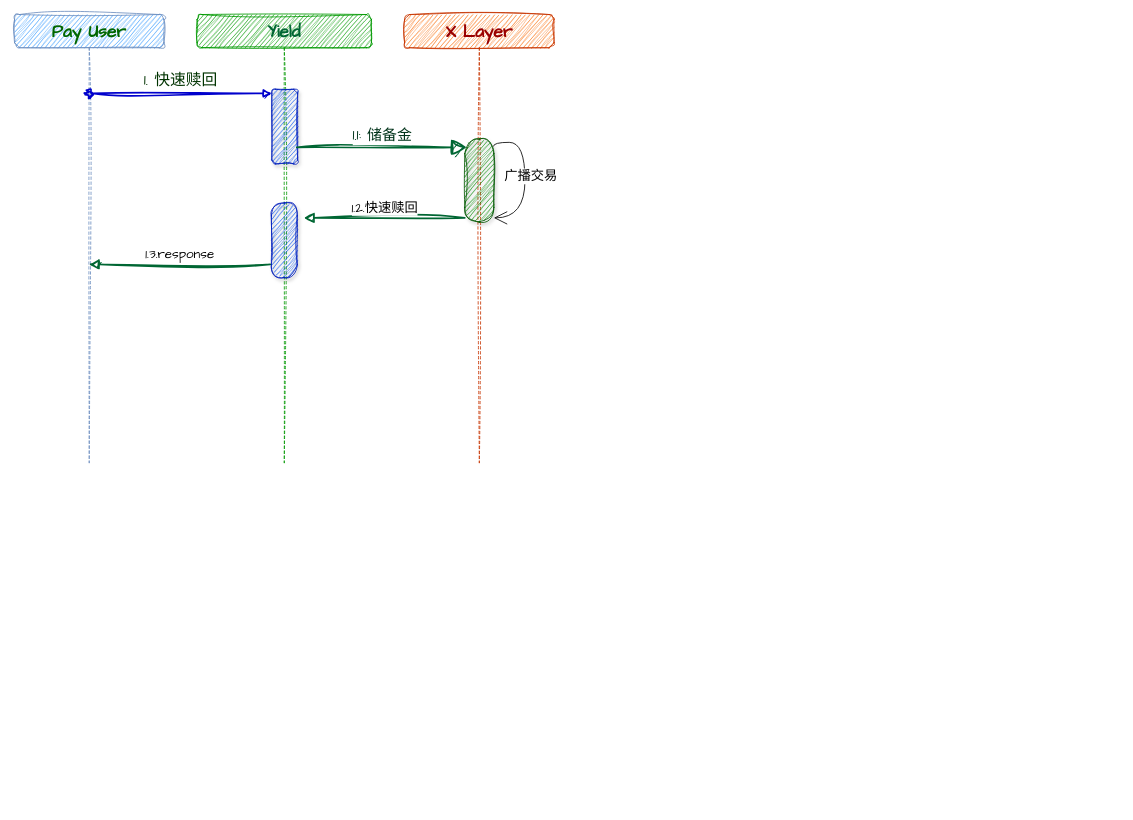
This is 自研vault-基本流程-延迟赎回.drawio from z7658329/my-utils, a draw.io file, before an edit. Source tidied: cells renumbered, new cells numbered last; positions are measured from the earlier drawing's top-left corner, leaving out a move shared by most shapes. Both pictures are drawn from the tidied source at 83%, with x=0, y=0 at pixel (14, 14).
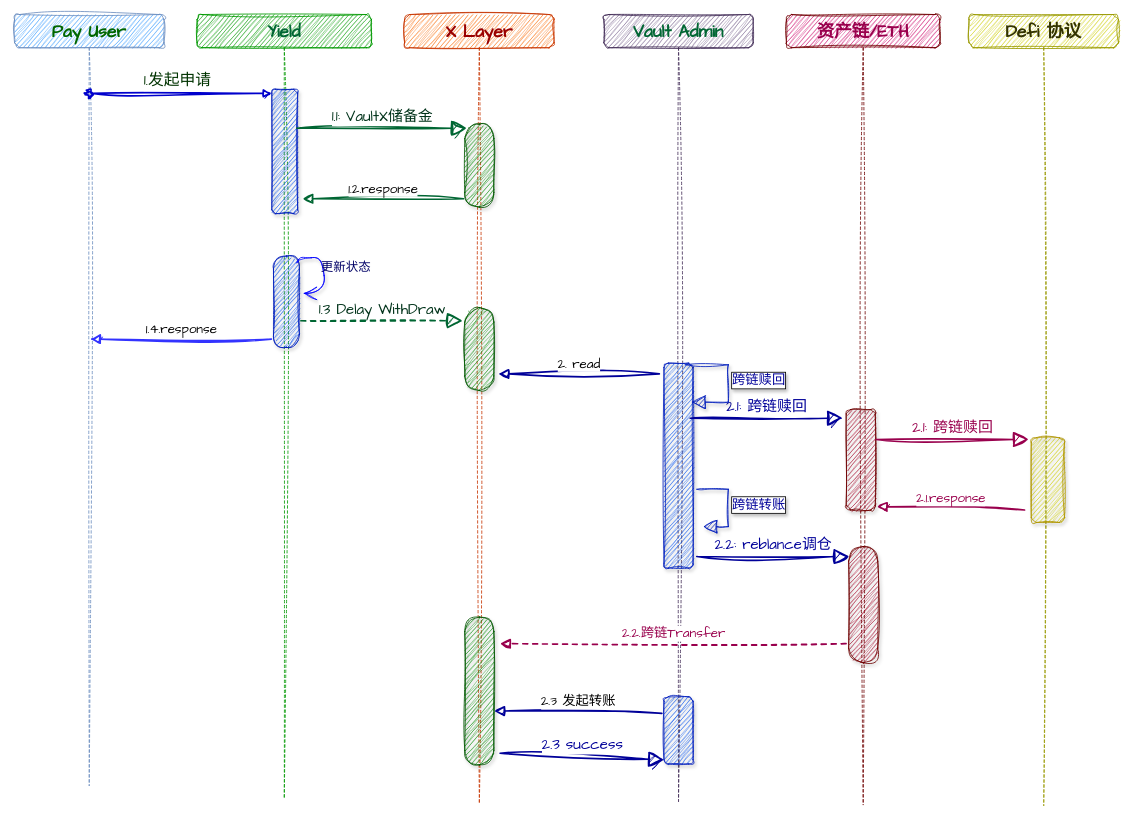
The same page after the edit.

Commit message:
更新自研vault-基本流程-延迟赎回.drawio

What changed in the source:
```diff
@@
     <mxCell id="2" value="&lt;font style=&quot;color: rgb(0, 102, 0);&quot;&gt;Pay User&lt;/font&gt;" style="shape=umlLifeline;perimeter=lifelinePerimeter;whiteSpace=wrap;html=1;outlineConnect=0;portConstraint=eastwest;newEdgeStyle={&quot;curved&quot;:0,&quot;rounded&quot;:0};fontFamily=Comic Sans MS;sketch=1;curveFitting=1;jiggle=2;rounded=1;fillColor=#3399FF;strokeColor=#6c8ebf;fontSize=21;fontStyle=1;" parent="1" vertex="1">
-      <mxGeometry width="180" height="540" as="geometry" />
+      <mxGeometry width="180" height="929" as="geometry" />
     </mxCell>
     <mxCell id="3" value="&lt;font style=&quot;color: rgb(0, 102, 51);&quot;&gt;Yield&lt;/font&gt;" style="shape=umlLifeline;perimeter=lifelinePerimeter;whiteSpace=wrap;html=1;newEdgeStyle={&quot;curved&quot;:0,&quot;rounded&quot;:0};fontFamily=Comic Sans MS;sketch=1;curveFitting=1;jiggle=2;rounded=1;fillColor=#009900;strokeColor=#009900;fontSize=21;fontStyle=1;" parent="1" vertex="1">
-      <mxGeometry x="220" width="210" height="540" as="geometry" />
+      <mxGeometry x="220" width="210" height="945" as="geometry" />
     </mxCell>
     <mxCell id="4" style="html=1;points=[[0,0,0,0,5],[0,1,0,0,-5],[1,0,0,0,5],[1,1,0,0,-5]];perimeter=orthogonalPerimeter;outlineConnect=0;targetShapes=umlLifeline;portConstraint=eastwest;newEdgeStyle={&quot;curved&quot;:0,&quot;rounded&quot;:0};fontFamily=Architects Daughter;fillColor=#0050ef;strokeColor=#001DBC;fontColor=#ffffff;sketch=1;curveFitting=1;jiggle=2;rounded=1;shadow=1;" parent="3" vertex="1">
-      <mxGeometry x="90" y="90" width="31.2" height="90" as="geometry" />
+      <mxGeometry x="90" y="90" width="31.2" height="150" as="geometry" />
     </mxCell>
     <mxCell id="5" style="html=1;points=[[0,0,0,0,5],[0,1,0,0,-5],[1,0,0,0,5],[1,1,0,0,-5]];perimeter=orthogonalPerimeter;outlineConnect=0;targetShapes=umlLifeline;portConstraint=eastwest;newEdgeStyle={&quot;curved&quot;:0,&quot;rounded&quot;:0};fontFamily=Architects Daughter;fillColor=#0050ef;strokeColor=#001DBC;fontColor=#ffffff;sketch=1;curveFitting=1;jiggle=2;rounded=1;shadow=1;arcSize=50;" parent="3" vertex="1">
-      <mxGeometry x="89.4" y="227" width="31.2" height="90" as="geometry" />
+      <mxGeometry x="92" y="291" width="31.2" height="110" as="geometry" />
     </mxCell>
-    <mxCell id="6" value="&lt;font style=&quot;font-size: 19px; color: rgb(0, 51, 0);&quot;&gt;1. 快速赎回&lt;/font&gt;" style="html=1;verticalAlign=bottom;startArrow=oval;endArrow=block;startSize=8;curved=0;rounded=0;entryX=0;entryY=0;entryDx=0;entryDy=5;fontFamily=Architects Daughter;fontSize=16;sourcePerimeterSpacing=8;targetPerimeterSpacing=8;strokeColor=#0000CC;strokeWidth=2;sketch=1;curveFitting=1;jiggle=2;" parent="1" edge="1" source="2" target="4">
+    <mxCell id="6" value="&lt;font style=&quot;font-size: 19px; color: rgb(0, 51, 0);&quot;&gt;1.发起申请&amp;nbsp;&lt;/font&gt;" style="html=1;verticalAlign=bottom;startArrow=oval;endArrow=block;startSize=8;curved=0;rounded=0;entryX=0;entryY=0;entryDx=0;entryDy=5;fontFamily=Architects Daughter;fontSize=16;sourcePerimeterSpacing=8;targetPerimeterSpacing=8;strokeColor=#0000CC;strokeWidth=2;sketch=1;curveFitting=1;jiggle=2;" parent="1" edge="1" source="2" target="4">
       <mxGeometry relative="1" as="geometry" />
     </mxCell>
     <mxCell id="7" value="&lt;font style=&quot;color: rgb(153, 0, 0);&quot;&gt;X Layer&lt;/font&gt;" style="shape=umlLifeline;perimeter=lifelinePerimeter;whiteSpace=wrap;html=1;newEdgeStyle={&quot;curved&quot;:0,&quot;rounded&quot;:0};fontFamily=Comic Sans MS;sketch=1;curveFitting=1;jiggle=2;rounded=1;fillColor=#fa6800;strokeColor=#C73500;fontSize=21;fontStyle=1;fontColor=#000000;" parent="1" vertex="1">
-      <mxGeometry x="470" width="180" height="540" as="geometry" />
+      <mxGeometry x="470" width="180" height="951" as="geometry" />
     </mxCell>
     <mxCell id="8" style="html=1;points=[[0,0,0,0,5],[0,1,0,0,-5],[1,0,0,0,5],[1,1,0,0,-5]];perimeter=orthogonalPerimeter;outlineConnect=0;targetShapes=umlLifeline;portConstraint=eastwest;newEdgeStyle={&quot;curved&quot;:0,&quot;rounded&quot;:0};fontFamily=Architects Daughter;fillColor=#008a00;fontColor=#ffffff;strokeColor=#005700;sketch=1;curveFitting=1;jiggle=2;shadow=1;rounded=1;arcSize=50;labelBackgroundColor=none;textShadow=1;glass=0;" parent="7" vertex="1">
-      <mxGeometry x="72.5" y="150" width="35" height="100" as="geometry" />
+      <mxGeometry x="72.5" y="132" width="35" height="100" as="geometry" />
     </mxCell>
+    <mxCell id="14" style="html=1;perimeter=orthogonalPerimeter;targetShapes=umlLifeline;newEdgeStyle={&quot;curved&quot;:0,&quot;rounded&quot;:0};fontFamily=Architects Daughter;fillColor=#008a00;fontColor=#ffffff;strokeColor=#005700;sketch=1;curveFitting=1;jiggle=2;shadow=1;rounded=1;arcSize=50;labelBackgroundColor=none;textShadow=1;glass=0;" parent="7" vertex="1">
+      <mxGeometry x="72.5" y="353" width="35" height="100" as="geometry" />
+    </mxCell>
+    <mxCell id="15" style="html=1;perimeter=orthogonalPerimeter;targetShapes=umlLifeline;newEdgeStyle={&quot;curved&quot;:0,&quot;rounded&quot;:0};fontFamily=Architects Daughter;fillColor=#008a00;fontColor=#ffffff;strokeColor=#005700;sketch=1;curveFitting=1;jiggle=2;shadow=1;rounded=1;arcSize=50;labelBackgroundColor=none;textShadow=1;glass=0;" parent="7" vertex="1">
+      <mxGeometry x="72.5" y="726" width="35" height="178" as="geometry" />
+    </mxCell>
-    <mxCell id="9" value="&lt;font color=&quot;#00331a&quot;&gt;&lt;span style=&quot;font-size: 18px;&quot;&gt;1.1: 储备金&lt;/span&gt;&lt;/font&gt;" style="html=1;verticalAlign=bottom;endArrow=block;curved=0;rounded=0;entryX=0;entryY=0;entryDx=0;entryDy=5;fontFamily=Architects Daughter;fontSize=16;startSize=14;endSize=14;sourcePerimeterSpacing=8;targetPerimeterSpacing=8;strokeColor=#006633;strokeWidth=2;sketch=1;curveFitting=1;jiggle=2;shadow=0;" parent="1" edge="1">
+    <mxCell id="9" value="&lt;font color=&quot;#00331a&quot;&gt;&lt;span style=&quot;font-size: 18px;&quot;&gt;1.1: VaultX储备金&lt;/span&gt;&lt;/font&gt;" style="html=1;verticalAlign=bottom;endArrow=block;curved=0;rounded=0;entryX=0;entryY=0;entryDx=0;entryDy=5;fontFamily=Architects Daughter;fontSize=16;startSize=14;endSize=14;sourcePerimeterSpacing=8;targetPerimeterSpacing=8;strokeColor=#006633;strokeWidth=2;sketch=1;curveFitting=1;jiggle=2;shadow=0;" parent="1" edge="1">
       <mxGeometry relative="1" as="geometry">
-        <mxPoint x="340" y="160" as="sourcePoint" />
-        <mxPoint x="545" y="160" as="targetPoint" />
+        <mxPoint x="340" y="137" as="sourcePoint" />
+        <mxPoint x="545" y="137" as="targetPoint" />
       </mxGeometry>
     </mxCell>
-    <mxCell id="10" value="1.2.快速赎回" style="html=1;verticalAlign=bottom;endArrow=block;endSize=8;curved=0;rounded=1;exitX=0;exitY=1;exitDx=0;exitDy=-5;fontFamily=Architects Daughter;fontSize=16;sourcePerimeterSpacing=8;targetPerimeterSpacing=8;strokeColor=#006633;strokeWidth=2;sketch=1;curveFitting=1;jiggle=2;endFill=1;" parent="1" edge="1" source="8" target="5">
-      <mxGeometry relative="1" as="geometry" />
+    <mxCell id="10" value="1.2.response" style="html=1;verticalAlign=bottom;endArrow=block;endSize=8;curved=0;rounded=1;exitX=0;exitY=1;exitDx=0;exitDy=-5;fontFamily=Architects Daughter;fontSize=16;sourcePerimeterSpacing=8;targetPerimeterSpacing=8;strokeColor=#006633;strokeWidth=2;sketch=1;curveFitting=1;jiggle=2;endFill=1;" parent="1" edge="1">
+      <mxGeometry relative="1" as="geometry">
+        <mxPoint x="540.9" y="222" as="sourcePoint" />
+        <mxPoint x="347" y="222" as="targetPoint" />
+      </mxGeometry>
     </mxCell>
-    <mxCell id="11" value="1.3.response" style="html=1;verticalAlign=bottom;endArrow=block;endSize=8;curved=0;rounded=1;exitX=0;exitY=1;exitDx=0;exitDy=-5;fontFamily=Architects Daughter;fontSize=16;sourcePerimeterSpacing=8;targetPerimeterSpacing=8;strokeColor=#006633;strokeWidth=2;sketch=1;curveFitting=1;jiggle=2;endFill=1;" parent="1" edge="1" target="2">
+    <mxCell id="11" value="1.4.response" style="html=1;verticalAlign=bottom;endArrow=block;endSize=8;curved=0;rounded=1;exitX=0;exitY=1;exitDx=0;exitDy=-5;fontFamily=Architects Daughter;fontSize=16;sourcePerimeterSpacing=8;targetPerimeterSpacing=8;strokeColor=#3333FF;strokeWidth=2;sketch=1;curveFitting=1;jiggle=2;endFill=1;" parent="1" edge="1">
       <mxGeometry relative="1" as="geometry">
-        <mxPoint x="308" y="301" as="sourcePoint" />
+        <mxPoint x="309.5" y="391" as="sourcePoint" />
+        <mxPoint x="91" y="391" as="targetPoint" />
       </mxGeometry>
     </mxCell>
-    <mxCell id="12" style="edgeStyle=orthogonalEdgeStyle;jettySize=auto;html=1;rounded=0;fontFamily=Architects Daughter;fontSize=16;startSize=14;endArrow=open;endSize=14;sourcePerimeterSpacing=8;targetPerimeterSpacing=8;curved=1;entryX=1;entryY=1;entryDx=0;entryDy=-5;entryPerimeter=0;" parent="1" edge="1" target="8">
-      <mxGeometry relative="1" as="geometry">
-        <mxPoint x="577" y="159" as="sourcePoint" />
-        <Array as="points">
-          <mxPoint x="577" y="154" />
-          <mxPoint x="615" y="154" />
-          <mxPoint x="615" y="245" />
-        </Array>
-      </mxGeometry>
-    </mxCell>
-    <mxCell id="13" value="广播交易" style="edgeLabel;html=1;align=center;verticalAlign=middle;fontSize=16;fontFamily=Architects Daughter;" parent="12" vertex="1">
-      <mxGeometry x="-0.67" y="-1" relative="1" as="geometry">
-        <mxPoint x="21" y="39" as="offset" />
-      </mxGeometry>
-    </mxCell>
+    <mxCell id="16" value="&lt;font style=&quot;color: rgb(0, 102, 51);&quot;&gt;Vault Admin&lt;/font&gt;" style="shape=umlLifeline;perimeter=lifelinePerimeter;whiteSpace=wrap;html=1;newEdgeStyle={&quot;curved&quot;:0,&quot;rounded&quot;:0};fontFamily=Comic Sans MS;sketch=1;curveFitting=1;jiggle=2;rounded=1;fillColor=#76608a;strokeColor=#432D57;fontSize=21;fontStyle=1;fontColor=#ffffff;" parent="1" vertex="1">
+      <mxGeometry x="710" width="180" height="948" as="geometry" />
+    </mxCell>
+    <mxCell id="17" style="html=1;perimeter=orthogonalPerimeter;targetShapes=umlLifeline;newEdgeStyle={&quot;curved&quot;:0,&quot;rounded&quot;:0};fontFamily=Architects Daughter;fillColor=#0050ef;fontColor=#ffffff;strokeColor=#001DBC;sketch=1;curveFitting=1;jiggle=2;shadow=1;rounded=1;" parent="16" vertex="1">
+      <mxGeometry x="72.5" y="420" width="35" height="247" as="geometry" />
+    </mxCell>
+    <mxCell id="18" style="html=1;points=[[0,0,0,0,5],[0,1,0,0,-5],[1,0,0,0,5],[1,1,0,0,-5]];perimeter=orthogonalPerimeter;outlineConnect=0;targetShapes=umlLifeline;portConstraint=eastwest;newEdgeStyle={&quot;curved&quot;:0,&quot;rounded&quot;:0};fontFamily=Architects Daughter;fillColor=#0050ef;fontColor=#ffffff;strokeColor=#001DBC;sketch=1;curveFitting=1;jiggle=2;shadow=1;rounded=1;" parent="16" vertex="1">
+      <mxGeometry x="72.5" y="822" width="35" height="81" as="geometry" />
+    </mxCell>
+    <mxCell id="19" value="&lt;font style=&quot;color: rgb(153, 0, 77);&quot;&gt;资产链/ETH&lt;/font&gt;" style="shape=umlLifeline;perimeter=lifelinePerimeter;whiteSpace=wrap;html=1;newEdgeStyle={&quot;curved&quot;:0,&quot;rounded&quot;:0};fontFamily=Comic Sans MS;sketch=1;curveFitting=1;jiggle=2;rounded=1;fillColor=#CC0066;strokeColor=#6F0000;fontSize=21;fontStyle=1;fontColor=#ffffff;" parent="1" vertex="1">
+      <mxGeometry x="930" width="185" height="952" as="geometry" />
+    </mxCell>
+    <mxCell id="20" style="html=1;perimeter=orthogonalPerimeter;targetShapes=umlLifeline;newEdgeStyle={&quot;curved&quot;:0,&quot;rounded&quot;:0};fontFamily=Architects Daughter;fillColor=#a20025;fontColor=#ffffff;strokeColor=#6F0000;sketch=1;curveFitting=1;jiggle=2;shadow=1;rounded=1;" parent="19" vertex="1">
+      <mxGeometry x="72" y="476" width="35" height="121" as="geometry" />
+    </mxCell>
+    <mxCell id="21" style="html=1;perimeter=orthogonalPerimeter;targetShapes=umlLifeline;newEdgeStyle={&quot;curved&quot;:0,&quot;rounded&quot;:0};fontFamily=Architects Daughter;fillColor=#a20025;fontColor=#ffffff;strokeColor=#6F0000;sketch=1;curveFitting=1;jiggle=2;shadow=1;rounded=1;arcSize=50;" parent="19" vertex="1">
+      <mxGeometry x="75" y="641" width="35" height="140" as="geometry" />
+    </mxCell>
+    <mxCell id="22" value="&lt;font style=&quot;color: rgb(51, 51, 0);&quot;&gt;Defi 协议&lt;/font&gt;" style="shape=umlLifeline;perimeter=lifelinePerimeter;whiteSpace=wrap;html=1;newEdgeStyle={&quot;curved&quot;:0,&quot;rounded&quot;:0};fontFamily=Comic Sans MS;sketch=1;curveFitting=1;jiggle=2;rounded=1;fillColor=#CCCC00;strokeColor=#999900;fontSize=21;fontStyle=1;fontColor=#000000;" parent="1" vertex="1">
+      <mxGeometry x="1150" width="180" height="953" as="geometry" />
+    </mxCell>
+    <mxCell id="23" style="html=1;perimeter=orthogonalPerimeter;targetShapes=umlLifeline;newEdgeStyle={&quot;curved&quot;:0,&quot;rounded&quot;:0};fontFamily=Architects Daughter;fillColor=#CCCC00;fontColor=#000000;strokeColor=#B09500;rounded=1;sketch=1;curveFitting=1;jiggle=2;shadow=1;" parent="22" vertex="1">
+      <mxGeometry x="75" y="510" width="40" height="102" as="geometry" />
+    </mxCell>
+    <mxCell id="24" style="edgeStyle=orthogonalEdgeStyle;orthogonalLoop=1;jettySize=auto;html=1;rounded=0;fontFamily=Architects Daughter;fontSize=16;startSize=14;endArrow=open;endSize=14;sourcePerimeterSpacing=8;targetPerimeterSpacing=8;curved=1;sketch=1;curveFitting=1;jiggle=2;shadow=1;strokeColor=#0000FF;" parent="1" edge="1">
+      <mxGeometry relative="1" as="geometry">
+        <mxPoint x="341" y="298" as="sourcePoint" />
+        <mxPoint x="348" y="336" as="targetPoint" />
+        <Array as="points">
+          <mxPoint x="342" y="298" />
+          <mxPoint x="342" y="293" />
+          <mxPoint x="373" y="293" />
+          <mxPoint x="373" y="336" />
+        </Array>
+      </mxGeometry>
+    </mxCell>
+    <mxCell id="25" value="更新状态" style="text;strokeColor=none;fillColor=none;html=1;align=center;verticalAlign=middle;whiteSpace=wrap;rounded=0;fontSize=15;fontFamily=Architects Daughter;fontColor=#000066;" parent="1" vertex="1">
+      <mxGeometry x="355" y="288" width="89" height="32" as="geometry" />
+    </mxCell>
+    <mxCell id="26" value="&lt;font color=&quot;#00331a&quot;&gt;&lt;span style=&quot;font-size: 18px;&quot;&gt;1.3 Delay WithDraw&lt;/span&gt;&lt;/font&gt;" style="html=1;verticalAlign=bottom;endArrow=block;curved=0;rounded=0;fontFamily=Architects Daughter;fontSize=16;startSize=14;endSize=14;sourcePerimeterSpacing=8;targetPerimeterSpacing=8;strokeColor=#006633;strokeWidth=2;sketch=1;curveFitting=1;jiggle=2;shadow=0;dashed=1;" parent="1" edge="1">
+      <mxGeometry relative="1" as="geometry">
+        <mxPoint x="345" y="369" as="sourcePoint" />
+        <mxPoint x="540" y="369" as="targetPoint" />
+      </mxGeometry>
+    </mxCell>
+    <mxCell id="27" value="2. read" style="html=1;verticalAlign=bottom;endArrow=block;endSize=8;curved=0;rounded=1;exitX=0;exitY=1;exitDx=0;exitDy=-5;fontFamily=Architects Daughter;fontSize=16;sourcePerimeterSpacing=8;targetPerimeterSpacing=8;strokeColor=#000099;strokeWidth=2;sketch=1;curveFitting=1;jiggle=2;endFill=1;" parent="1" edge="1">
+      <mxGeometry relative="1" as="geometry">
+        <mxPoint x="776.9" y="433" as="sourcePoint" />
+        <mxPoint x="583" y="433" as="targetPoint" />
+      </mxGeometry>
+    </mxCell>
+    <mxCell id="28" value="&lt;font style=&quot;color: rgb(0, 0, 153);&quot;&gt;&lt;span style=&quot;font-size: 18px;&quot;&gt;2.1: 跨链赎回&lt;/span&gt;&lt;/font&gt;" style="html=1;verticalAlign=bottom;endArrow=block;curved=0;rounded=0;fontFamily=Architects Daughter;fontSize=16;startSize=14;endSize=14;sourcePerimeterSpacing=8;targetPerimeterSpacing=8;strokeColor=#000099;strokeWidth=2;sketch=1;curveFitting=1;jiggle=2;shadow=0;" parent="1" edge="1">
+      <mxGeometry relative="1" as="geometry">
+        <mxPoint x="814" y="486.4" as="sourcePoint" />
+        <mxPoint x="998" y="486.4" as="targetPoint" />
+      </mxGeometry>
+    </mxCell>
+    <mxCell id="29" value="&lt;font style=&quot;color: rgb(153, 0, 77);&quot;&gt;&lt;span style=&quot;font-size: 18px;&quot;&gt;2.1: 跨链赎回&lt;/span&gt;&lt;/font&gt;" style="html=1;verticalAlign=bottom;endArrow=block;curved=0;rounded=0;fontFamily=Architects Daughter;fontSize=16;startSize=14;endSize=14;sourcePerimeterSpacing=8;targetPerimeterSpacing=8;strokeColor=#99004D;strokeWidth=2;sketch=1;curveFitting=1;jiggle=2;shadow=0;" parent="1" edge="1">
+      <mxGeometry relative="1" as="geometry">
+        <mxPoint x="1038" y="512" as="sourcePoint" />
+        <mxPoint x="1222" y="512" as="targetPoint" />
+      </mxGeometry>
+    </mxCell>
+    <mxCell id="30" value="&lt;font style=&quot;color: rgb(153, 0, 77);&quot;&gt;2.1.response&lt;/font&gt;" style="html=1;verticalAlign=bottom;endArrow=block;endSize=8;curved=0;rounded=1;exitX=0;exitY=1;exitDx=0;exitDy=-5;fontFamily=Architects Daughter;fontSize=16;sourcePerimeterSpacing=8;targetPerimeterSpacing=8;strokeColor=#99004D;strokeWidth=2;sketch=1;curveFitting=1;jiggle=2;endFill=1;" parent="1" edge="1">
+      <mxGeometry relative="1" as="geometry">
+        <mxPoint x="1216.9" y="597" as="sourcePoint" />
+        <mxPoint x="1039" y="593" as="targetPoint" />
+      </mxGeometry>
+    </mxCell>
+    <mxCell id="31" value="&lt;font style=&quot;color: rgb(0, 0, 153);&quot;&gt;&lt;span style=&quot;font-size: 18px;&quot;&gt;2.2: reblance调仓&lt;/span&gt;&lt;/font&gt;" style="html=1;verticalAlign=bottom;endArrow=block;curved=0;rounded=0;fontFamily=Architects Daughter;fontSize=16;startSize=14;endSize=14;sourcePerimeterSpacing=8;targetPerimeterSpacing=8;strokeColor=#000099;strokeWidth=2;sketch=1;curveFitting=1;jiggle=2;shadow=0;" parent="1" edge="1">
+      <mxGeometry relative="1" as="geometry">
+        <mxPoint x="822" y="653" as="sourcePoint" />
+        <mxPoint x="1006" y="653" as="targetPoint" />
+      </mxGeometry>
+    </mxCell>
+    <mxCell id="32" value="&lt;font style=&quot;color: rgb(153, 0, 77);&quot;&gt;2.2.跨链Transfer&lt;/font&gt;" style="html=1;verticalAlign=bottom;endArrow=block;endSize=8;curved=0;rounded=1;exitX=0;exitY=1;exitDx=0;exitDy=-5;fontFamily=Architects Daughter;fontSize=16;sourcePerimeterSpacing=8;targetPerimeterSpacing=8;strokeColor=#99004D;strokeWidth=2;sketch=1;curveFitting=1;jiggle=2;endFill=1;dashed=1;" parent="1" edge="1">
+      <mxGeometry relative="1" as="geometry">
+        <mxPoint x="1001.9" y="758" as="sourcePoint" />
+        <mxPoint x="585" y="758" as="targetPoint" />
+      </mxGeometry>
+    </mxCell>
+    <mxCell id="33" value="2.3 发起转账" style="html=1;verticalAlign=bottom;endArrow=block;endSize=8;curved=0;rounded=1;exitX=0;exitY=1;exitDx=0;exitDy=-5;fontFamily=Architects Daughter;fontSize=16;sourcePerimeterSpacing=8;targetPerimeterSpacing=8;strokeColor=#000099;strokeWidth=2;sketch=1;curveFitting=1;jiggle=2;endFill=1;" parent="1" edge="1">
+      <mxGeometry relative="1" as="geometry">
+        <mxPoint x="779.9" y="842" as="sourcePoint" />
+        <mxPoint x="578" y="839" as="targetPoint" />
+      </mxGeometry>
+    </mxCell>
+    <mxCell id="34" value="&lt;font style=&quot;color: rgb(0, 0, 153);&quot;&gt;&lt;span style=&quot;font-size: 18px;&quot;&gt;2.3 success&lt;/span&gt;&lt;/font&gt;" style="html=1;verticalAlign=bottom;endArrow=block;curved=0;rounded=0;fontFamily=Architects Daughter;fontSize=16;startSize=14;endSize=14;sourcePerimeterSpacing=8;targetPerimeterSpacing=8;strokeColor=#000099;strokeWidth=2;sketch=1;curveFitting=1;jiggle=2;shadow=0;entryX=0;entryY=1;entryDx=0;entryDy=-5;entryPerimeter=0;" parent="1" edge="1" target="18">
+      <mxGeometry relative="1" as="geometry">
+        <mxPoint x="585" y="890" as="sourcePoint" />
+      </mxGeometry>
+    </mxCell>
+    <mxCell id="35" value="跨链转账" style="html=1;align=left;spacingLeft=2;endArrow=block;rounded=0;edgeStyle=orthogonalEdgeStyle;curved=0;rounded=0;fontFamily=Architects Daughter;fontSize=16;startSize=14;endSize=14;sourcePerimeterSpacing=8;targetPerimeterSpacing=8;exitX=1;exitY=0;exitDx=0;exitDy=5;exitPerimeter=0;sketch=1;curveFitting=1;jiggle=2;fillColor=#0050ef;strokeColor=#001DBC;shadow=1;labelBorderColor=default;textShadow=1;fontColor=#000099;" parent="1" edge="1">
+      <mxGeometry relative="1" as="geometry">
+        <mxPoint x="822" y="572" as="sourcePoint" />
+        <mxPoint x="830" y="617" as="targetPoint" />
+        <Array as="points">
+          <mxPoint x="860" y="572" />
+          <mxPoint x="860" y="617" />
+        </Array>
+      </mxGeometry>
+    </mxCell>
+    <mxCell id="36" value="跨链赎回" style="html=1;align=left;spacingLeft=2;endArrow=block;rounded=0;edgeStyle=orthogonalEdgeStyle;curved=0;rounded=0;fontFamily=Architects Daughter;fontSize=16;startSize=14;endSize=14;sourcePerimeterSpacing=8;targetPerimeterSpacing=8;exitX=1;exitY=0;exitDx=0;exitDy=5;exitPerimeter=0;sketch=1;curveFitting=1;jiggle=2;fillColor=#0050ef;strokeColor=#001DBC;shadow=1;labelBorderColor=default;textShadow=1;fontColor=#000099;" parent="1" edge="1">
+      <mxGeometry relative="1" as="geometry">
+        <mxPoint x="808" y="422" as="sourcePoint" />
+        <mxPoint x="816" y="467" as="targetPoint" />
+        <Array as="points">
+          <mxPoint x="860" y="422" />
+          <mxPoint x="860" y="467" />
+        </Array>
+      </mxGeometry>
+    </mxCell>
```
